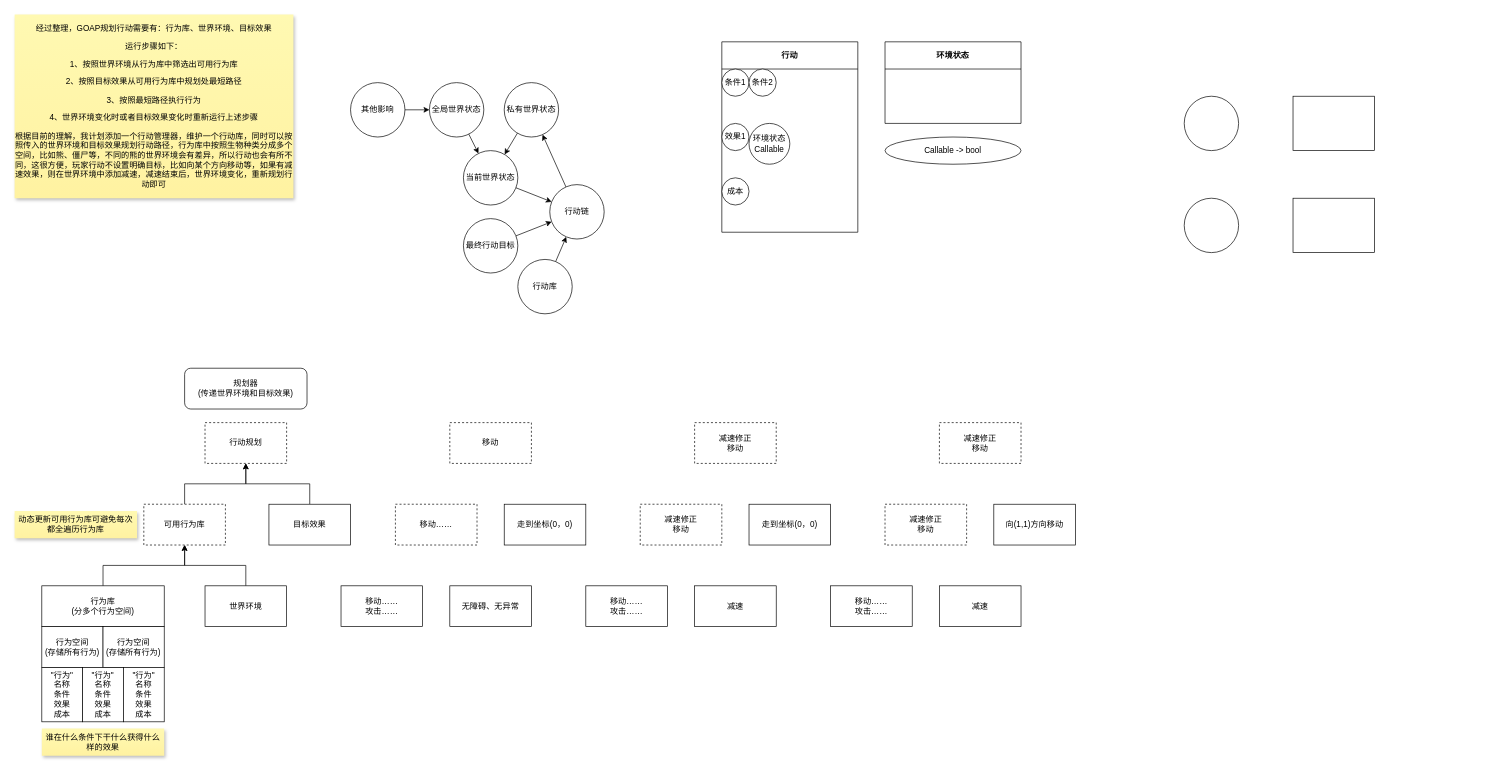
This is mind.drawio from NFSW0/godot-goap-addon, a draw.io file, before an edit. Source tidied: cells renumbered, new cells numbered last; positions are measured from the earlier drawing's top-left corner, leaving out a move shared by most shapes. Both pictures are drawn from the tidied source at 68%, with x=0, y=0 at pixel (14, 14).
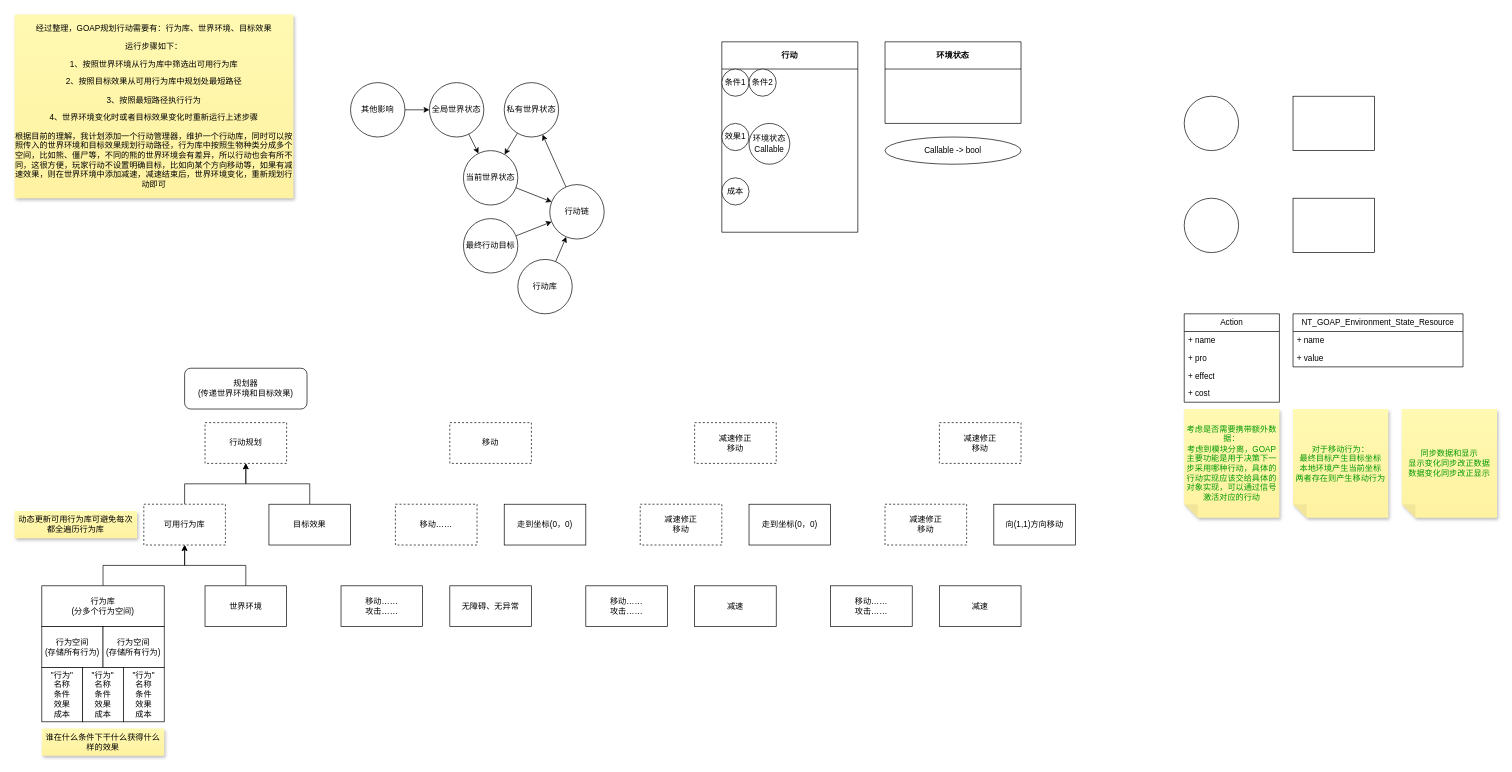
Above is the later version.

Change to the diagram source:
```diff
@@
+    <mxCell id="61" value="Action" style="swimlane;fontStyle=0;horizontal=1;startSize=26;fillColor=none;whiteSpace=wrap;html=1;" parent="1" vertex="1">
+      <mxGeometry x="1720" y="440" width="140" height="130" as="geometry" />
+    </mxCell>
+    <mxCell id="62" value="+ name" style="text;strokeColor=none;fillColor=none;align=left;verticalAlign=top;spacingLeft=4;spacingRight=4;overflow=hidden;whiteSpace=wrap;html=1;" parent="61" vertex="1">
+      <mxGeometry y="26" width="140" height="26" as="geometry" />
+    </mxCell>
+    <mxCell id="63" value="+ pro" style="text;strokeColor=none;fillColor=none;align=left;verticalAlign=top;spacingLeft=4;spacingRight=4;overflow=hidden;whiteSpace=wrap;html=1;" parent="61" vertex="1">
+      <mxGeometry y="52" width="140" height="26" as="geometry" />
+    </mxCell>
+    <mxCell id="64" value="+ effect" style="text;strokeColor=none;fillColor=none;align=left;verticalAlign=top;spacingLeft=4;spacingRight=4;overflow=hidden;whiteSpace=wrap;html=1;" parent="61" vertex="1">
+      <mxGeometry y="78" width="140" height="26" as="geometry" />
+    </mxCell>
+    <mxCell id="65" value="+ cost" style="text;strokeColor=none;fillColor=none;align=left;verticalAlign=top;spacingLeft=4;spacingRight=4;overflow=hidden;whiteSpace=wrap;html=1;" parent="61" vertex="1">
+      <mxGeometry y="104" width="140" height="26" as="geometry" />
+    </mxCell>
+    <mxCell id="66" value="NT_GOAP_Environment_State_Resource" style="swimlane;fontStyle=0;horizontal=1;startSize=26;fillColor=none;whiteSpace=wrap;html=1;" parent="1" vertex="1">
+      <mxGeometry x="1880" y="440" width="250" height="78" as="geometry" />
+    </mxCell>
+    <mxCell id="67" value="+ name" style="text;strokeColor=none;fillColor=none;align=left;verticalAlign=top;spacingLeft=4;spacingRight=4;overflow=hidden;whiteSpace=wrap;html=1;" parent="66" vertex="1">
+      <mxGeometry y="26" width="250" height="26" as="geometry" />
+    </mxCell>
+    <mxCell id="68" value="+ value" style="text;strokeColor=none;fillColor=none;align=left;verticalAlign=top;spacingLeft=4;spacingRight=4;overflow=hidden;whiteSpace=wrap;html=1;" parent="66" vertex="1">
+      <mxGeometry y="52" width="250" height="26" as="geometry" />
+    </mxCell>
+    <mxCell id="69" value="考虑是否需要携带额外数据：&lt;br&gt;考虑到模块分离，GOAP主要功能是用于决策下一步采用哪种行动，具体的行动实现应该交给具体的对象实现，可以通过信号激活对应的行动" style="shape=note;whiteSpace=wrap;html=1;backgroundOutline=1;fontColor=#009900;darkOpacity=0.05;fillColor=#FFF9B2;strokeColor=none;fillStyle=solid;direction=west;gradientDirection=north;gradientColor=#FFF2A1;shadow=1;size=20;" parent="1" vertex="1">
+      <mxGeometry x="1720" y="580" width="140" height="160" as="geometry" />
+    </mxCell>
+    <mxCell id="70" value="对于移动行为：&lt;br&gt;最终目标产生目标坐标&lt;br&gt;本地环境产生当前坐标&lt;br&gt;两者存在则产生移动行为" style="shape=note;whiteSpace=wrap;html=1;backgroundOutline=1;fontColor=#009900;darkOpacity=0.05;fillColor=#FFF9B2;strokeColor=none;fillStyle=solid;direction=west;gradientDirection=north;gradientColor=#FFF2A1;shadow=1;size=20;" parent="1" vertex="1">
+      <mxGeometry x="1880" y="580" width="140" height="160" as="geometry" />
+    </mxCell>
+    <mxCell id="71" value="同步数据和显示&lt;br&gt;显示变化同步改正数据&lt;br&gt;数据变化同步改正显示" style="shape=note;whiteSpace=wrap;html=1;backgroundOutline=1;fontColor=#009900;darkOpacity=0.05;fillColor=#FFF9B2;strokeColor=none;fillStyle=solid;direction=west;gradientDirection=north;gradientColor=#FFF2A1;shadow=1;size=20;" parent="1" vertex="1">
+      <mxGeometry x="2040" y="580" width="140" height="160" as="geometry" />
+    </mxCell>
```
